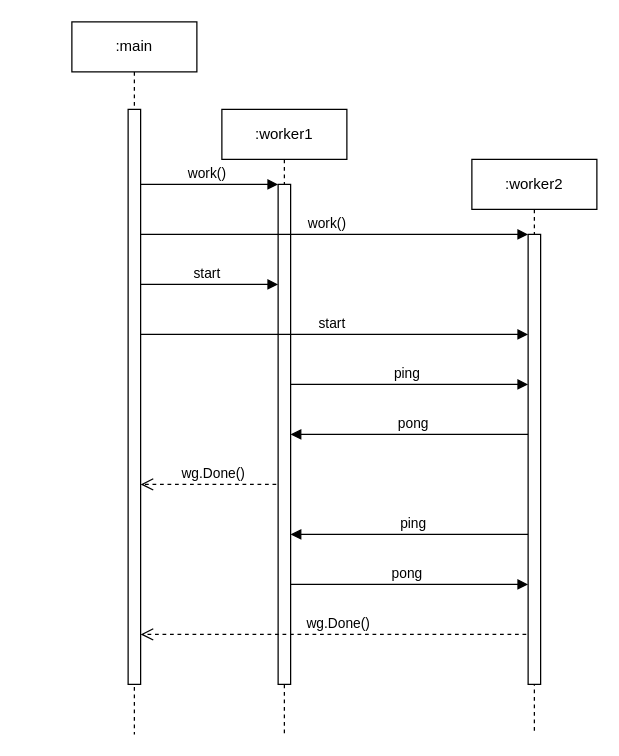
Above: src/assets/big-benchamrk-threads.drawio in LuisSousaRego/Performance-Analysis-of-Microservices-Based-Architectures-Using-Parallel-Processing-Benchmarks (draw.io), before the change. Source tidied: cells renumbered, new cells numbered last; positions are measured from the earlier drawing's top-left corner, leaving out a move shared by most shapes. Both pictures are drawn from the tidied source at 125%, with x=0, y=0 at pixel (71, 21).
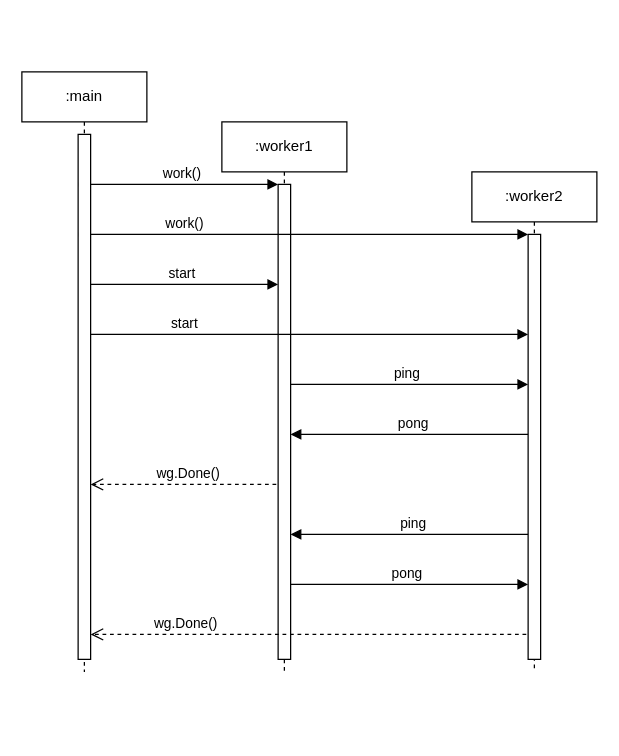
After the change.

Commit message:
updated threads diagram

Diff of the diagram source:
```diff
@@
     <mxCell id="7" value=":worker1" style="shape=umlLifeline;perimeter=lifelinePerimeter;whiteSpace=wrap;html=1;outlineConnect=0;" parent="1" vertex="1">
-      <mxGeometry x="120" y="70" width="100" height="500" as="geometry" />
+      <mxGeometry x="120" y="80" width="100" height="440" as="geometry" />
     </mxCell>
     <mxCell id="8" value=":main" style="shape=umlLifeline;perimeter=lifelinePerimeter;whiteSpace=wrap;html=1;outlineConnect=0;" parent="1" vertex="1">
-      <mxGeometry width="100" height="570" as="geometry" />
+      <mxGeometry x="-40" y="40" width="100" height="480" as="geometry" />
     </mxCell>
     <mxCell id="9" style="html=1;points=[];perimeter=orthogonalPerimeter;" parent="1" vertex="1">
-      <mxGeometry x="165" y="130" width="10" height="400" as="geometry" />
+      <mxGeometry x="165" y="130" width="10" height="380" as="geometry" />
     </mxCell>
-    <mxCell id="10" value="work()" style="html=1;verticalAlign=bottom;startArrow=oval;endArrow=block;startSize=8;" parent="1" edge="1" target="9">
+    <mxCell id="10" value="work()" style="html=1;verticalAlign=bottom;startArrow=oval;endArrow=block;startSize=8;" parent="1" edge="1" source="8" target="9">
       <mxGeometry relative="1" as="geometry">
-        <mxPoint x="50" y="130" as="sourcePoint" />
+        <Array as="points">
+          <mxPoint x="110" y="130" />
+        </Array>
       </mxGeometry>
     </mxCell>
     <mxCell id="11" value=":worker2" style="shape=umlLifeline;perimeter=lifelinePerimeter;whiteSpace=wrap;html=1;outlineConnect=0;" parent="1" vertex="1">
-      <mxGeometry x="320" y="110" width="100" height="460" as="geometry" />
+      <mxGeometry x="320" y="120" width="100" height="400" as="geometry" />
     </mxCell>
-    <mxCell id="12" value="work()" style="html=1;verticalAlign=bottom;startArrow=oval;endArrow=block;startSize=8;" parent="1" edge="1" target="17">
-      <mxGeometry x="-0.02" relative="1" as="geometry">
-        <mxPoint x="50" y="170" as="sourcePoint" />
+    <mxCell id="12" value="work()" style="html=1;verticalAlign=bottom;startArrow=oval;endArrow=block;startSize=8;" parent="1" edge="1" source="8" target="17">
+      <mxGeometry x="-0.55" relative="1" as="geometry">
+        <Array as="points">
+          <mxPoint x="220" y="170" />
+        </Array>
       </mxGeometry>
     </mxCell>
@@
     <mxCell id="14" value="wg.Done()" style="html=1;verticalAlign=bottom;endArrow=open;dashed=1;endSize=8;" parent="1" edge="1" source="11" target="16">
-      <mxGeometry relative="1" as="geometry">
+      <mxGeometry x="0.58" relative="1" as="geometry">
         <Array as="points">
           <mxPoint x="220" y="490" />
         </Array>
+        <mxPoint x="1" as="offset" />
       </mxGeometry>
     </mxCell>
     <mxCell id="15" value="start" style="html=1;verticalAlign=bottom;endArrow=block;" parent="1" edge="1" source="8" target="17">
-      <mxGeometry relative="1" as="geometry">
+      <mxGeometry x="-0.55" relative="1" as="geometry">
         <Array as="points">
           <mxPoint x="260" y="250" />
         </Array>
       </mxGeometry>
     </mxCell>
     <mxCell id="16" style="html=1;points=[];perimeter=orthogonalPerimeter;" parent="1" vertex="1">
-      <mxGeometry x="45" y="70" width="10" height="460" as="geometry" />
+      <mxGeometry x="5" y="90" width="10" height="420" as="geometry" />
     </mxCell>
     <mxCell id="17" style="html=1;points=[];perimeter=orthogonalPerimeter;" parent="1" vertex="1">
-      <mxGeometry x="365" y="170" width="10" height="360" as="geometry" />
+      <mxGeometry x="365" y="170" width="10" height="340" as="geometry" />
     </mxCell>
```
